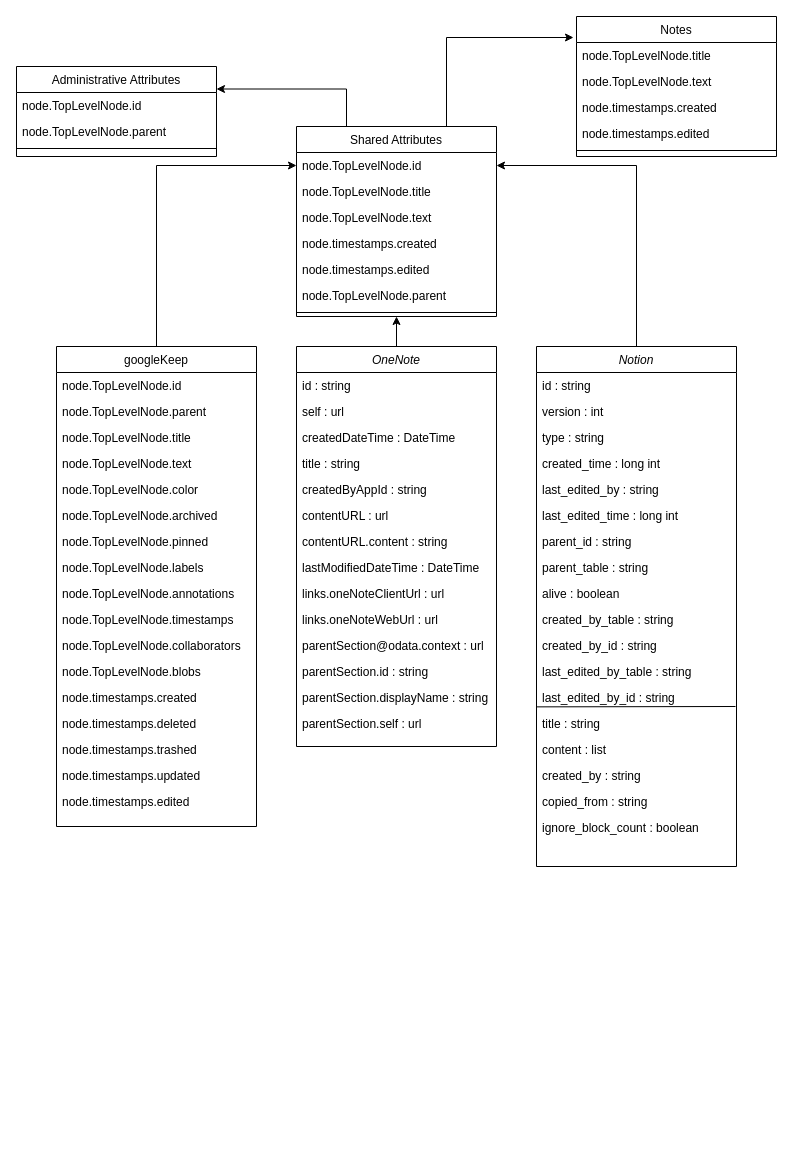
This is src/notes/attribute_union.drawio from SimonHofmeister1992/HSP-Project-SaaS_Data_Conversion_Tool, a draw.io file, before an edit. Source tidied: cells renumbered, new cells numbered last; positions are measured from the earlier drawing's top-left corner, leaving out a move shared by most shapes. Both pictures are drawn from the tidied source at 100%, with x=0, y=0 at pixel (16, 16).
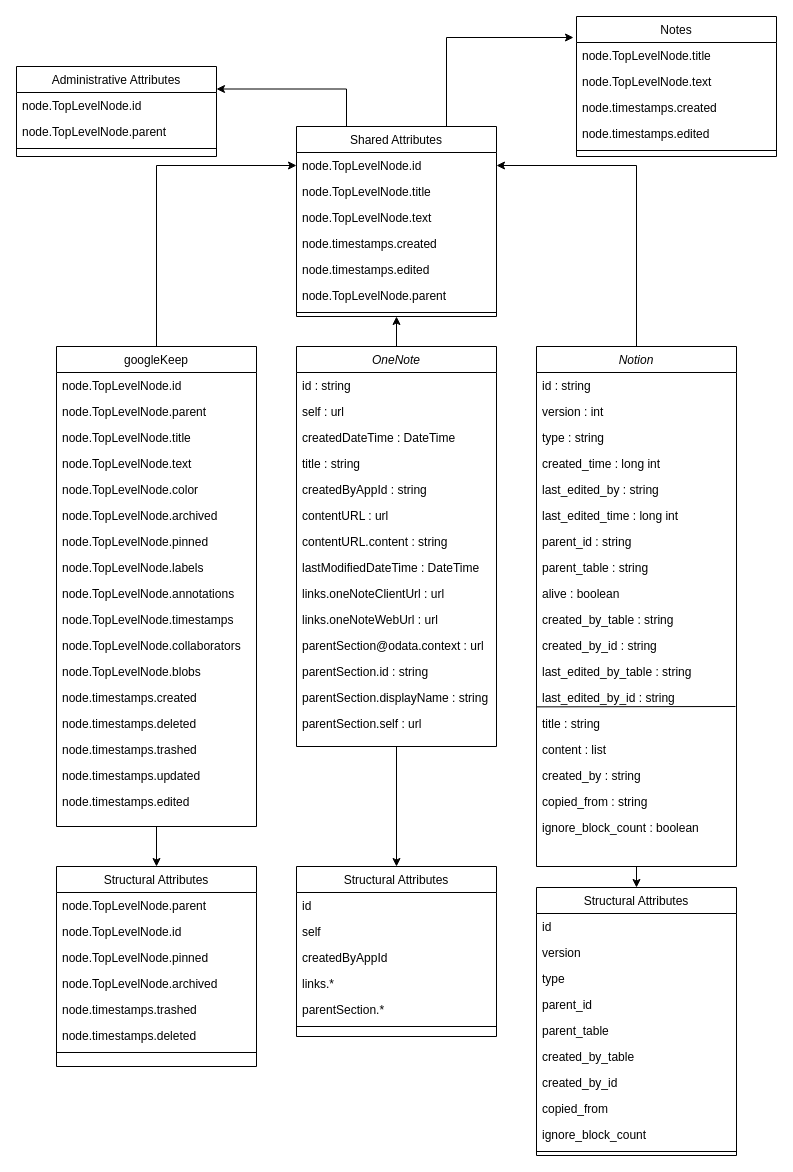
After the change.

Commit message (it also covers changes not shown here):
Fix für das Google Keep Skript und Verbesserung des Attributdiagrams

Unchanged cells that the change refers to:
```xml
<mxCell id="3" value="googleKeep" style="swimlane;fontStyle=0;align=center;verticalAlign=top;horizontal=1;startSize=26;rounded=0;shadow=0;strokeWidth=1;" parent="1" vertex="1">
  <mxGeometry x="40" y="330" width="200" height="480" as="geometry" />
</mxCell>
<mxCell id="22" value="OneNote" style="swimlane;fontStyle=2;align=center;verticalAlign=top;horizontal=1;startSize=26;rounded=0;shadow=0;strokeWidth=1;" parent="1" vertex="1">
  <mxGeometry x="280" y="330" width="200" height="400" as="geometry" />
</mxCell>
<mxCell id="38" value="Notion" style="swimlane;fontStyle=2;align=center;verticalAlign=top;horizontal=1;startSize=26;rounded=0;shadow=0;strokeWidth=1;" parent="1" vertex="1">
  <mxGeometry x="520" y="330" width="200" height="520" as="geometry" />
</mxCell>
```

What changed in the source:
```diff
@@
+    <mxCell id="78" style="edgeStyle=orthogonalEdgeStyle;rounded=0;jettySize=auto;html=1;exitX=0.5;exitY=1;exitDx=0;exitDy=0;entryX=0.5;entryY=0;entryDx=0;entryDy=0;" parent="1" edge="1" source="3" target="81">
+      <mxGeometry relative="1" as="geometry" />
+    </mxCell>
@@
+    <mxCell id="79" style="edgeStyle=orthogonalEdgeStyle;rounded=0;jettySize=auto;html=1;exitX=0.5;exitY=1;exitDx=0;exitDy=0;entryX=0.5;entryY=0;entryDx=0;entryDy=0;" parent="1" edge="1" source="22" target="89">
+      <mxGeometry relative="1" as="geometry" />
+    </mxCell>
@@
+    <mxCell id="80" style="edgeStyle=orthogonalEdgeStyle;rounded=0;jettySize=auto;html=1;exitX=0.5;exitY=1;exitDx=0;exitDy=0;entryX=0.5;entryY=0;entryDx=0;entryDy=0;" parent="1" edge="1" source="38" target="96">
+      <mxGeometry relative="1" as="geometry" />
+    </mxCell>
@@
+    <mxCell id="81" value="Structural Attributes" style="swimlane;fontStyle=0;align=center;verticalAlign=top;horizontal=1;startSize=26;rounded=0;shadow=0;strokeWidth=1;" parent="1" vertex="1">
+      <mxGeometry x="40" y="850" width="200" height="200" as="geometry" />
+    </mxCell>
+    <mxCell id="82" value="node.TopLevelNode.parent &#10;" style="text;align=left;verticalAlign=top;spacingLeft=4;spacingRight=4;overflow=hidden;" parent="81" vertex="1">
+      <mxGeometry y="26" width="200" height="26" as="geometry" />
+    </mxCell>
+    <mxCell id="83" value="node.TopLevelNode.id &#10;" style="text;align=left;verticalAlign=top;spacingLeft=4;spacingRight=4;overflow=hidden;" parent="81" vertex="1">
+      <mxGeometry y="52" width="200" height="26" as="geometry" />
+    </mxCell>
+    <mxCell id="84" value="node.TopLevelNode.pinned &#10;" style="text;align=left;verticalAlign=top;spacingLeft=4;spacingRight=4;overflow=hidden;" parent="81" vertex="1">
+      <mxGeometry y="78" width="200" height="26" as="geometry" />
+    </mxCell>
+    <mxCell id="85" value="node.TopLevelNode.archived &#10;" style="text;align=left;verticalAlign=top;spacingLeft=4;spacingRight=4;overflow=hidden;" parent="81" vertex="1">
+      <mxGeometry y="104" width="200" height="26" as="geometry" />
+    </mxCell>
+    <mxCell id="86" value="node.timestamps.trashed" style="text;align=left;verticalAlign=top;spacingLeft=4;spacingRight=4;overflow=hidden;" parent="81" vertex="1">
+      <mxGeometry y="130" width="200" height="26" as="geometry" />
+    </mxCell>
+    <mxCell id="87" value="node.timestamps.deleted" style="text;align=left;verticalAlign=top;spacingLeft=4;spacingRight=4;overflow=hidden;" parent="81" vertex="1">
+      <mxGeometry y="156" width="200" height="26" as="geometry" />
+    </mxCell>
+    <mxCell id="88" style="line;html=1;strokeWidth=1;align=left;verticalAlign=middle;spacingTop=-1;spacingLeft=3;spacingRight=3;labelPosition=right;" parent="81" vertex="1">
+      <mxGeometry y="182" width="200" height="8" as="geometry" />
+    </mxCell>
+    <mxCell id="89" value="Structural Attributes" style="swimlane;fontStyle=0;align=center;verticalAlign=top;horizontal=1;startSize=26;rounded=0;shadow=0;strokeWidth=1;" parent="1" vertex="1">
+      <mxGeometry x="280" y="850" width="200" height="170" as="geometry" />
+    </mxCell>
+    <mxCell id="90" value="id" style="text;align=left;verticalAlign=top;spacingLeft=4;spacingRight=4;overflow=hidden;" parent="89" vertex="1">
+      <mxGeometry y="26" width="200" height="26" as="geometry" />
+    </mxCell>
+    <mxCell id="91" value="self" style="text;align=left;verticalAlign=top;spacingLeft=4;spacingRight=4;overflow=hidden;" parent="89" vertex="1">
+      <mxGeometry y="52" width="200" height="26" as="geometry" />
+    </mxCell>
+    <mxCell id="92" value="createdByAppId" style="text;align=left;verticalAlign=top;spacingLeft=4;spacingRight=4;overflow=hidden;" parent="89" vertex="1">
+      <mxGeometry y="78" width="200" height="26" as="geometry" />
+    </mxCell>
+    <mxCell id="93" value="links.*" style="text;align=left;verticalAlign=top;spacingLeft=4;spacingRight=4;overflow=hidden;" parent="89" vertex="1">
+      <mxGeometry y="104" width="200" height="26" as="geometry" />
+    </mxCell>
+    <mxCell id="94" value="parentSection.*" style="text;align=left;verticalAlign=top;spacingLeft=4;spacingRight=4;overflow=hidden;" parent="89" vertex="1">
+      <mxGeometry y="130" width="200" height="26" as="geometry" />
+    </mxCell>
+    <mxCell id="95" style="line;html=1;strokeWidth=1;align=left;verticalAlign=middle;spacingTop=-1;spacingLeft=3;spacingRight=3;labelPosition=right;" parent="89" vertex="1">
+      <mxGeometry y="156" width="200" height="8" as="geometry" />
+    </mxCell>
+    <mxCell id="96" value="Structural Attributes" style="swimlane;fontStyle=0;align=center;verticalAlign=top;horizontal=1;startSize=26;rounded=0;shadow=0;strokeWidth=1;" parent="1" vertex="1">
+      <mxGeometry x="520" y="871" width="200" height="268" as="geometry" />
+    </mxCell>
+    <mxCell id="97" value="id" style="text;align=left;verticalAlign=top;spacingLeft=4;spacingRight=4;overflow=hidden;" parent="96" vertex="1">
+      <mxGeometry y="26" width="200" height="26" as="geometry" />
+    </mxCell>
+    <mxCell id="98" value="version" style="text;align=left;verticalAlign=top;spacingLeft=4;spacingRight=4;overflow=hidden;" parent="96" vertex="1">
+      <mxGeometry y="52" width="200" height="26" as="geometry" />
+    </mxCell>
+    <mxCell id="99" value="type" style="text;align=left;verticalAlign=top;spacingLeft=4;spacingRight=4;overflow=hidden;" parent="96" vertex="1">
+      <mxGeometry y="78" width="200" height="26" as="geometry" />
+    </mxCell>
+    <mxCell id="100" value="parent_id" style="text;align=left;verticalAlign=top;spacingLeft=4;spacingRight=4;overflow=hidden;" parent="96" vertex="1">
+      <mxGeometry y="104" width="200" height="26" as="geometry" />
+    </mxCell>
+    <mxCell id="101" value="parent_table" style="text;align=left;verticalAlign=top;spacingLeft=4;spacingRight=4;overflow=hidden;" parent="96" vertex="1">
+      <mxGeometry y="130" width="200" height="26" as="geometry" />
+    </mxCell>
+    <mxCell id="102" value="created_by_table" style="text;align=left;verticalAlign=top;spacingLeft=4;spacingRight=4;overflow=hidden;" parent="96" vertex="1">
+      <mxGeometry y="156" width="200" height="26" as="geometry" />
+    </mxCell>
+    <mxCell id="103" value="created_by_id" style="text;align=left;verticalAlign=top;spacingLeft=4;spacingRight=4;overflow=hidden;" parent="96" vertex="1">
+      <mxGeometry y="182" width="200" height="26" as="geometry" />
+    </mxCell>
+    <mxCell id="104" value="copied_from" style="text;align=left;verticalAlign=top;spacingLeft=4;spacingRight=4;overflow=hidden;" parent="96" vertex="1">
+      <mxGeometry y="208" width="200" height="26" as="geometry" />
+    </mxCell>
+    <mxCell id="105" value="ignore_block_count" style="text;align=left;verticalAlign=top;spacingLeft=4;spacingRight=4;overflow=hidden;" parent="96" vertex="1">
+      <mxGeometry y="234" width="200" height="26" as="geometry" />
+    </mxCell>
+    <mxCell id="106" style="line;html=1;strokeWidth=1;align=left;verticalAlign=middle;spacingTop=-1;spacingLeft=3;spacingRight=3;labelPosition=right;" parent="96" vertex="1">
+      <mxGeometry y="260" width="200" height="8" as="geometry" />
+    </mxCell>
```
